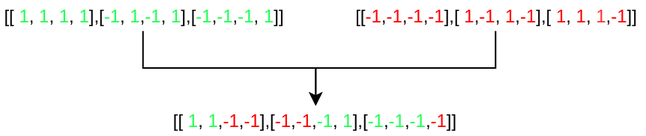
mustafmst/thesis-snake-bot keeps this draw.io diagram as thesis/fig431.png. Above is the earlier version. Source tidied: cells renumbered, new cells last; positions are measured from the earlier drawing's top-left corner, leaving out a move shared by most shapes. Source of this version:
```xml
<mxGraphModel>
  <root>
    <mxCell id="0" />
    <mxCell id="1" parent="0" />
    <mxCell id="2" style="edgeStyle=orthogonalEdgeStyle;rounded=0;jettySize=auto;html=1;exitX=0.5;exitY=1;exitDx=0;exitDy=0;entryX=0.5;entryY=0;entryDx=0;entryDy=0;" parent="1" edge="1" source="3" target="6">
      <mxGeometry relative="1" as="geometry" />
    </mxCell>
    <mxCell id="3" value="[[&amp;nbsp;&lt;font color=&quot;#1fff53&quot;&gt;1&lt;/font&gt;,&amp;nbsp;&lt;font color=&quot;#1fff53&quot;&gt;1&lt;/font&gt;,&amp;nbsp;&lt;font color=&quot;#1fff53&quot;&gt;1&lt;/font&gt;,&amp;nbsp;&lt;font color=&quot;#1fff53&quot;&gt;1&lt;/font&gt;],[&lt;font color=&quot;#1fff53&quot;&gt;-1&lt;/font&gt;,&amp;nbsp;&lt;font color=&quot;#1fff53&quot;&gt;1&lt;/font&gt;,&lt;font color=&quot;#1fff53&quot;&gt;-1&lt;/font&gt;,&amp;nbsp;&lt;font color=&quot;#1fff53&quot;&gt;1&lt;/font&gt;],[&lt;font color=&quot;#1fff53&quot;&gt;-1&lt;/font&gt;,&lt;font color=&quot;#1fff53&quot;&gt;-1&lt;/font&gt;,&lt;font color=&quot;#1fff53&quot;&gt;-1&lt;/font&gt;,&amp;nbsp;&lt;font color=&quot;#1fff53&quot;&gt;1&lt;/font&gt;]]" style="text;html=1;strokeColor=none;fillColor=none;align=center;verticalAlign=middle;whiteSpace=wrap;rounded=0;" parent="1" vertex="1">
      <mxGeometry width="190" height="20" as="geometry" />
    </mxCell>
    <mxCell id="4" style="edgeStyle=orthogonalEdgeStyle;rounded=0;jettySize=auto;html=1;exitX=0.5;exitY=1;exitDx=0;exitDy=0;entryX=0.5;entryY=0;entryDx=0;entryDy=0;" parent="1" edge="1" source="5" target="6">
      <mxGeometry relative="1" as="geometry" />
    </mxCell>
    <mxCell id="5" value="[[&lt;font color=&quot;#ff0000&quot;&gt;-1&lt;/font&gt;,&lt;font color=&quot;#ff0000&quot;&gt;-1&lt;/font&gt;,&lt;font color=&quot;#ff0000&quot;&gt;-1&lt;/font&gt;,&lt;font color=&quot;#ff0000&quot;&gt;-1&lt;/font&gt;],[&amp;nbsp;&lt;font color=&quot;#ff0000&quot;&gt;1&lt;/font&gt;,&lt;font color=&quot;#ff0000&quot;&gt;-1&lt;/font&gt;,&amp;nbsp;&lt;font color=&quot;#ff0000&quot;&gt;1&lt;/font&gt;,&lt;font color=&quot;#ff0000&quot;&gt;-1&lt;/font&gt;],[&amp;nbsp;&lt;font color=&quot;#ff0000&quot;&gt;1&lt;/font&gt;,&amp;nbsp;&lt;font color=&quot;#ff0000&quot;&gt;1&lt;/font&gt;,&amp;nbsp;&lt;font color=&quot;#ff3333&quot;&gt;1&lt;/font&gt;,&lt;font color=&quot;#ff0000&quot;&gt;-1&lt;/font&gt;]]" style="text;html=1;strokeColor=none;fillColor=none;align=center;verticalAlign=middle;whiteSpace=wrap;rounded=0;" parent="1" vertex="1">
      <mxGeometry x="230" width="200" height="20" as="geometry" />
    </mxCell>
    <mxCell id="6" value="[[&amp;nbsp;&lt;font color=&quot;#1fff53&quot;&gt;1&lt;/font&gt;,&amp;nbsp;&lt;font color=&quot;#1fff53&quot;&gt;1&lt;/font&gt;,&lt;font color=&quot;#ff0000&quot;&gt;-1&lt;/font&gt;,&lt;font color=&quot;#ff0000&quot;&gt;-1&lt;/font&gt;],[&lt;font color=&quot;#ff0000&quot;&gt;-1&lt;/font&gt;,&lt;font color=&quot;#ff0000&quot;&gt;-1&lt;/font&gt;,&lt;font color=&quot;#1fff53&quot;&gt;-1&lt;/font&gt;,&amp;nbsp;&lt;font color=&quot;#1fff53&quot;&gt;1&lt;/font&gt;],[&lt;font color=&quot;#1fff53&quot;&gt;-1&lt;/font&gt;,&lt;font color=&quot;#1fff53&quot;&gt;-1&lt;/font&gt;,&lt;font color=&quot;#1fff53&quot;&gt;-1&lt;/font&gt;,&lt;font color=&quot;#ff0000&quot;&gt;-1&lt;/font&gt;]]" style="text;html=1;strokeColor=none;fillColor=none;align=center;verticalAlign=middle;whiteSpace=wrap;rounded=0;" parent="1" vertex="1">
      <mxGeometry x="110" y="70" width="200" height="20" as="geometry" />
    </mxCell>
  </root>
</mxGraphModel>
```
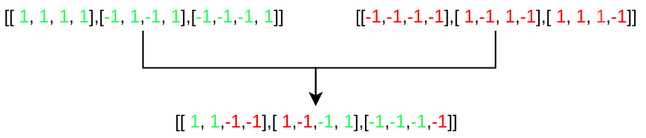
After the commit.

Commit message:
more review changes and fig431 fix

The edit, as a diff of the source:
```diff
@@ -14,7 +14,7 @@
     <mxCell id="5" value="[[&lt;font color=&quot;#ff0000&quot;&gt;-1&lt;/font&gt;,&lt;font color=&quot;#ff0000&quot;&gt;-1&lt;/font&gt;,&lt;font color=&quot;#ff0000&quot;&gt;-1&lt;/font&gt;,&lt;font color=&quot;#ff0000&quot;&gt;-1&lt;/font&gt;],[&amp;nbsp;&lt;font color=&quot;#ff0000&quot;&gt;1&lt;/font&gt;,&lt;font color=&quot;#ff0000&quot;&gt;-1&lt;/font&gt;,&amp;nbsp;&lt;font color=&quot;#ff0000&quot;&gt;1&lt;/font&gt;,&lt;font color=&quot;#ff0000&quot;&gt;-1&lt;/font&gt;],[&amp;nbsp;&lt;font color=&quot;#ff0000&quot;&gt;1&lt;/font&gt;,&amp;nbsp;&lt;font color=&quot;#ff0000&quot;&gt;1&lt;/font&gt;,&amp;nbsp;&lt;font color=&quot;#ff3333&quot;&gt;1&lt;/font&gt;,&lt;font color=&quot;#ff0000&quot;&gt;-1&lt;/font&gt;]]" style="text;html=1;strokeColor=none;fillColor=none;align=center;verticalAlign=middle;whiteSpace=wrap;rounded=0;" parent="1" vertex="1">
       <mxGeometry x="230" width="200" height="20" as="geometry" />
     </mxCell>
-    <mxCell id="6" value="[[&amp;nbsp;&lt;font color=&quot;#1fff53&quot;&gt;1&lt;/font&gt;,&amp;nbsp;&lt;font color=&quot;#1fff53&quot;&gt;1&lt;/font&gt;,&lt;font color=&quot;#ff0000&quot;&gt;-1&lt;/font&gt;,&lt;font color=&quot;#ff0000&quot;&gt;-1&lt;/font&gt;],[&lt;font color=&quot;#ff0000&quot;&gt;-1&lt;/font&gt;,&lt;font color=&quot;#ff0000&quot;&gt;-1&lt;/font&gt;,&lt;font color=&quot;#1fff53&quot;&gt;-1&lt;/font&gt;,&amp;nbsp;&lt;font color=&quot;#1fff53&quot;&gt;1&lt;/font&gt;],[&lt;font color=&quot;#1fff53&quot;&gt;-1&lt;/font&gt;,&lt;font color=&quot;#1fff53&quot;&gt;-1&lt;/font&gt;,&lt;font color=&quot;#1fff53&quot;&gt;-1&lt;/font&gt;,&lt;font color=&quot;#ff0000&quot;&gt;-1&lt;/font&gt;]]" style="text;html=1;strokeColor=none;fillColor=none;align=center;verticalAlign=middle;whiteSpace=wrap;rounded=0;" parent="1" vertex="1">
+    <mxCell id="6" value="[[&amp;nbsp;&lt;font color=&quot;#1fff53&quot;&gt;1&lt;/font&gt;,&amp;nbsp;&lt;font color=&quot;#1fff53&quot;&gt;1&lt;/font&gt;,&lt;font color=&quot;#ff0000&quot;&gt;-1&lt;/font&gt;,&lt;font color=&quot;#ff0000&quot;&gt;-1&lt;/font&gt;],[&amp;nbsp;&lt;font color=&quot;#ff0000&quot;&gt;1&lt;/font&gt;,&lt;font color=&quot;#ff0000&quot;&gt;-1&lt;/font&gt;,&lt;font color=&quot;#1fff53&quot;&gt;-1&lt;/font&gt;,&amp;nbsp;&lt;font color=&quot;#1fff53&quot;&gt;1&lt;/font&gt;],[&lt;font color=&quot;#1fff53&quot;&gt;-1&lt;/font&gt;,&lt;font color=&quot;#1fff53&quot;&gt;-1&lt;/font&gt;,&lt;font color=&quot;#1fff53&quot;&gt;-1&lt;/font&gt;,&lt;font color=&quot;#ff0000&quot;&gt;-1&lt;/font&gt;]]" style="text;html=1;strokeColor=none;fillColor=none;align=center;verticalAlign=middle;whiteSpace=wrap;rounded=0;" parent="1" vertex="1">
       <mxGeometry x="110" y="70" width="200" height="20" as="geometry" />
     </mxCell>
   </root>
```
